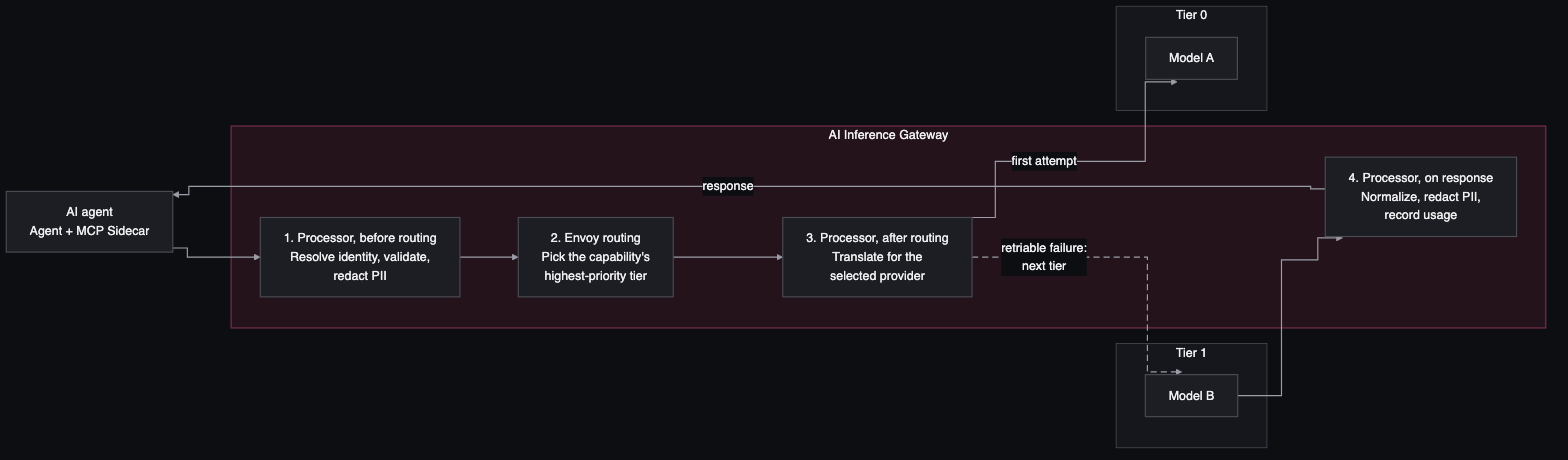
hashicorp/web-unified-docs keeps this Mermaid diagram as content/consul/v2.1.x/img/agentic-mesh/model-access-workflow_dark.png. Above is the earlier version. Its source is kept beside it as content/consul/v2.1.x/diagram-sources/model-access-workflow_dark.mmd.
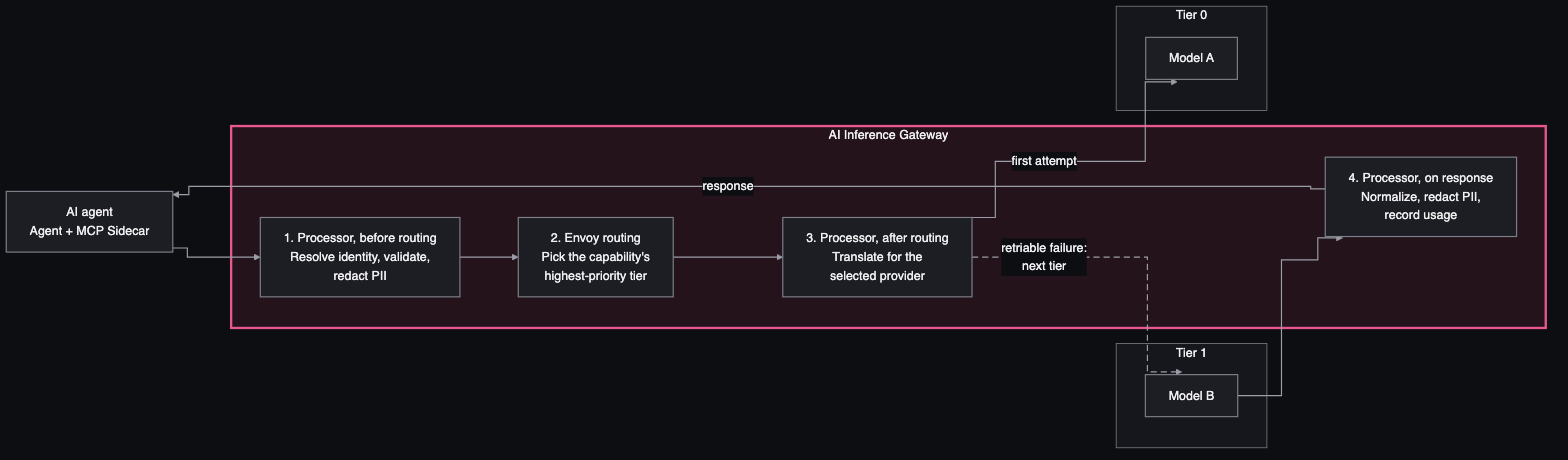
Later version of the same file.

What changed in the source:
```diff
@@ -1,4 +1,4 @@
-%%{init: {"theme":"base","fontFamily":"Helvetica, Arial, sans-serif","flowchart":{"curve":"step","nodeSpacing":60,"rankSpacing":75,"htmlLabels":true},"themeVariables":{"fontFamily":"Helvetica, Arial, sans-serif","fontSize":"16px","background":"#0d0e12","primaryColor":"#1d1e23","primaryBorderColor":"#4a4c55","primaryTextColor":"#efeff1","lineColor":"#9b9ea6","clusterBkg":"#16171c","clusterBorder":"#4a4c55","titleColor":"#efeff1","edgeLabelBackground":"#0d0e12","actorBkg":"#1d1e23","actorBorder":"#e8578f","actorTextColor":"#efeff1","actorLineColor":"#4a4c55","signalColor":"#9b9ea6","signalTextColor":"#efeff1","noteBkgColor":"#16171c","noteBorderColor":"#4a4c55","noteTextColor":"#efeff1","activationBkgColor":"#24131b","activationBorderColor":"#7a2e50","sequenceNumberColor":"#0d0e12"},"sequence":{"mirrorActors":false,"width":220,"actorMargin":50,"messageMargin":50,"boxMargin":10,"noteMargin":12,"wrap":true}}}%%
+%%{init: {"theme":"base","fontFamily":"Helvetica, Arial, sans-serif","flowchart":{"curve":"step","nodeSpacing":60,"rankSpacing":75,"htmlLabels":true},"themeVariables":{"fontFamily":"Helvetica, Arial, sans-serif","fontSize":"16px","background":"#0d0e12","primaryColor":"#1d1e23","primaryBorderColor":"#7d808a","primaryTextColor":"#efeff1","lineColor":"#9b9ea6","clusterBkg":"#16171c","clusterBorder":"#7d808a","titleColor":"#efeff1","edgeLabelBackground":"#0d0e12","actorBkg":"#1d1e23","actorBorder":"#e8578f","actorTextColor":"#efeff1","actorLineColor":"#7d808a","signalColor":"#9b9ea6","signalTextColor":"#efeff1","noteBkgColor":"#16171c","noteBorderColor":"#7d808a","noteTextColor":"#efeff1","activationBkgColor":"#24131b","activationBorderColor":"#b5527f","sequenceNumberColor":"#0d0e12"},"sequence":{"mirrorActors":false,"width":220,"actorMargin":50,"messageMargin":50,"boxMargin":10,"noteMargin":12,"wrap":true}}}%%
 flowchart LR
   agent["AI agent<br/>Agent + MCP Sidecar"]
   subgraph igw["AI Inference Gateway"]
@@ -22,9 +22,9 @@
   modelb --> resp
   resp -->|response| agent
 
-  classDef default fill:#1d1e23,stroke:#4a4c55,stroke-width:1.5px,color:#efeff1
-  style igw fill:#24131b,stroke:#7a2e50,stroke-width:1.5px,color:#efeff1
-  style tier0 fill:#16171c,stroke:#4a4c55,stroke-width:1px,color:#efeff1
-  style tier1 fill:#16171c,stroke:#4a4c55,stroke-width:1px,color:#efeff1
+  classDef default fill:#1d1e23,stroke:#7d808a,stroke-width:1.5px,color:#efeff1
+  style igw fill:#24131b,stroke:#e8578f,stroke-width:3px,color:#efeff1
+  style tier0 fill:#16171c,stroke:#7d808a,stroke-width:1px,color:#efeff1
+  style tier1 fill:#16171c,stroke:#7d808a,stroke-width:1px,color:#efeff1
   linkStyle 0,1,2,3,5,6 stroke:#9b9ea6,stroke-width:1.5px
   linkStyle 4 stroke:#9b9ea6,stroke-width:1.5px,stroke-dasharray:8 5
```
